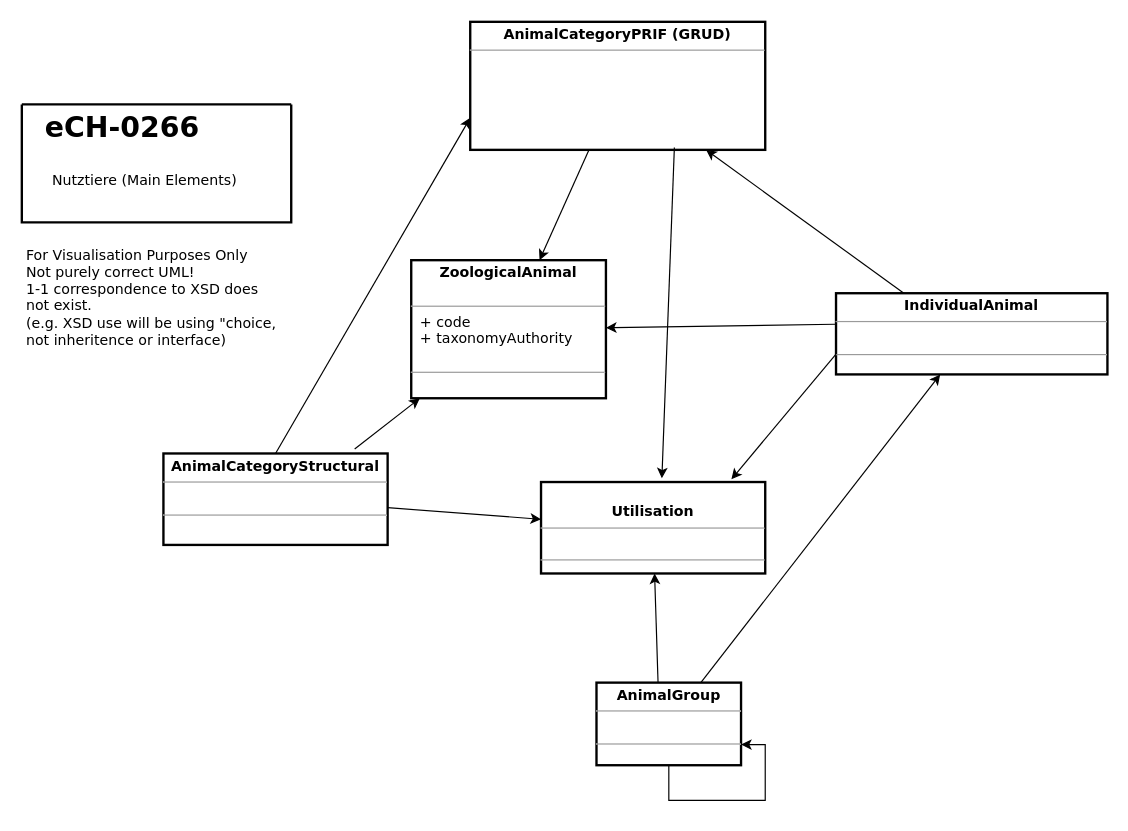
Earlier version of the draw.io diagram src/eCH_0266__1_0__Tiere.drawio (blw-ofag-ufag/eCH-0266). Source tidied: cells renumbered, new cells numbered last; positions are measured from the earlier drawing's top-left corner, leaving out a move shared by most shapes. Both pictures are drawn from the tidied source at 118%, with x=0, y=0 at pixel (21, 21).
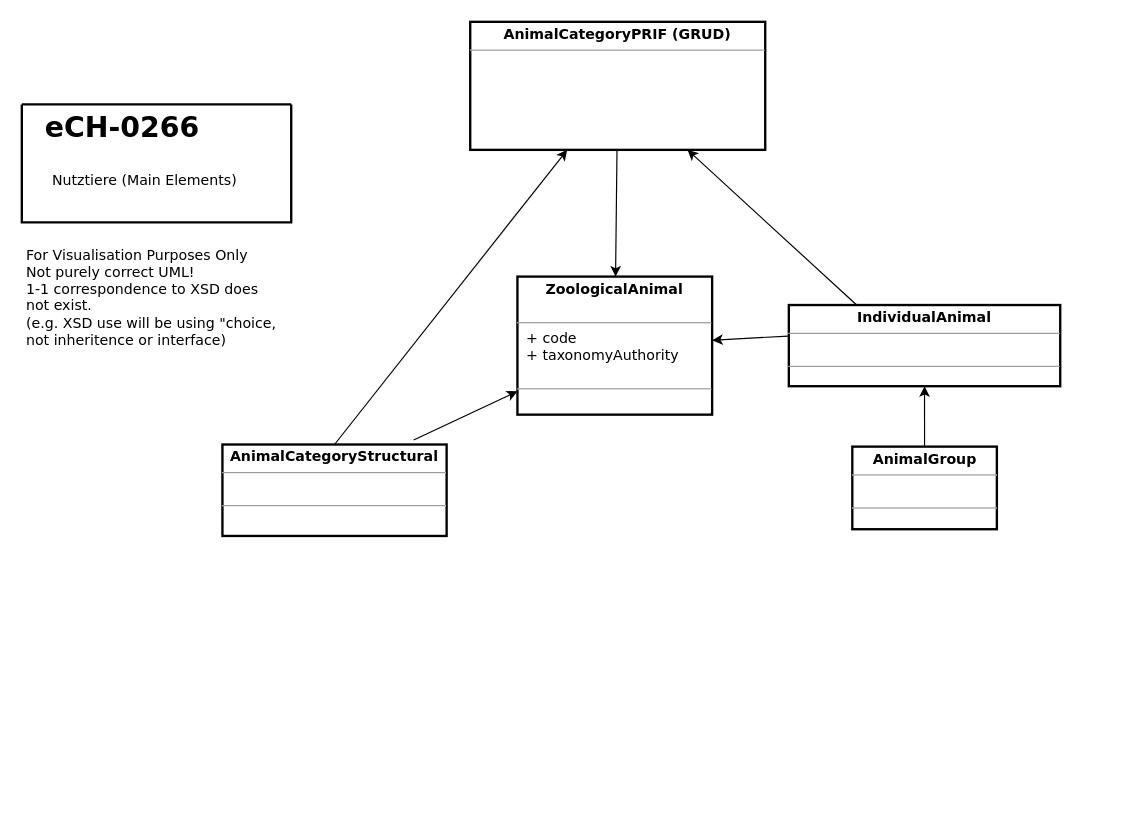
After the change.

The change refers to these unchanged cells:
```xml
<mxCell id="6" value="&lt;p style=&quot;margin:0px;margin-top:4px;text-align:center;&quot;&gt;&lt;b&gt;AnimalCategoryPRIF (GRUD)&lt;/b&gt;&lt;/p&gt;&lt;hr size=&quot;1&quot;&gt;&lt;p style=&quot;margin:0px;margin-left:4px;&quot;&gt;&amp;nbsp;&lt;/p&gt;&lt;p style=&quot;margin:0px;margin-left:4px;&quot;&gt;&lt;br&gt;&lt;/p&gt;" style="verticalAlign=top;align=left;overflow=fill;fontSize=12;fontFamily=Verdana;html=1;sketch=0;strokeWidth=2;" parent="1" vertex="1">
  <mxGeometry x="380" width="250" height="108.5" as="geometry" />
</mxCell>
```

Change to the diagram source:
```diff
@@
     <mxCell id="7" value="&lt;p style=&quot;margin:0px;margin-top:4px;text-align:center;&quot;&gt;&lt;b&gt;AnimalCategoryStructural&lt;/b&gt;&lt;/p&gt;&lt;hr size=&quot;1&quot;&gt;&lt;p style=&quot;margin:0px;margin-left:4px;&quot;&gt;&amp;nbsp;&lt;br&gt;&lt;/p&gt;&lt;hr size=&quot;1&quot;&gt;&lt;p style=&quot;margin:0px;margin-left:4px;&quot;&gt;&lt;br&gt;&lt;/p&gt;" style="verticalAlign=top;align=left;overflow=fill;fontSize=12;fontFamily=Verdana;html=1;sketch=0;strokeWidth=2;" parent="1" vertex="1">
-      <mxGeometry x="120" y="365.8" width="190" height="77.5" as="geometry" />
+      <mxGeometry x="170" y="358.2" width="190" height="77.5" as="geometry" />
     </mxCell>
-    <mxCell id="8" value="&lt;p style=&quot;margin:0px;margin-top:4px;text-align:center;&quot;&gt;&lt;br&gt;&lt;b&gt;Utilisation&lt;/b&gt;&lt;/p&gt;&lt;hr size=&quot;1&quot;&gt;&lt;p style=&quot;margin:0px;margin-left:4px;&quot;&gt;&amp;nbsp;&lt;br&gt;&lt;/p&gt;&lt;hr size=&quot;1&quot;&gt;&lt;p style=&quot;margin:0px;margin-left:4px;&quot;&gt;&lt;br&gt;&lt;/p&gt;" style="verticalAlign=top;align=left;overflow=fill;fontSize=12;fontFamily=Verdana;html=1;sketch=0;strokeWidth=2;" parent="1" vertex="1">
-      <mxGeometry x="440" y="390" width="190" height="77.5" as="geometry" />
-    </mxCell>
-    <mxCell id="9" style="endArrow=classic;html=1;sketch=0;fontFamily=Verdana;curved=1;" parent="1" edge="1" source="7" target="8">
-      <mxGeometry relative="1" as="geometry" />
-    </mxCell>
     <mxCell id="10" value="&lt;p style=&quot;margin:0px;margin-top:4px;text-align:center;&quot;&gt;&lt;b&gt;AnimalGroup&lt;/b&gt;&lt;/p&gt;&lt;hr size=&quot;1&quot;&gt;&lt;p style=&quot;margin:0px;margin-left:4px;&quot;&gt;&amp;nbsp;&amp;nbsp;&lt;br&gt;&lt;/p&gt;&lt;hr size=&quot;1&quot;&gt;&lt;p style=&quot;margin:0px;margin-left:4px;&quot;&gt;&lt;br&gt;&lt;/p&gt;" style="verticalAlign=top;align=left;overflow=fill;fontSize=12;fontFamily=Verdana;html=1;sketch=0;strokeWidth=2;" parent="1" vertex="1">
-      <mxGeometry x="487" y="560" width="122.5" height="70" as="geometry" />
+      <mxGeometry x="703.8" y="360" width="122.5" height="70" as="geometry" />
     </mxCell>
     <mxCell id="11" value="&lt;p style=&quot;margin:0px;margin-top:4px;text-align:center;&quot;&gt;&lt;span&gt;IndividualAnimal&lt;/span&gt;&lt;/p&gt;&lt;hr size=&quot;1&quot;&gt;&lt;p style=&quot;margin:0px;margin-left:4px;&quot;&gt;&amp;nbsp;&amp;nbsp;&lt;br&gt;&lt;/p&gt;&lt;hr size=&quot;1&quot;&gt;&lt;p style=&quot;margin:0px;margin-left:4px;&quot;&gt;&lt;br&gt;&lt;/p&gt;" style="verticalAlign=top;align=left;overflow=fill;fontSize=12;fontFamily=Verdana;html=1;sketch=0;strokeWidth=2;fontStyle=1;" parent="1" vertex="1">
-      <mxGeometry x="690" y="230" width="230" height="68.8" as="geometry" />
+      <mxGeometry x="650" y="240" width="230" height="68.8" as="geometry" />
     </mxCell>
-    <mxCell id="12" style="endArrow=classic;html=1;sketch=0;fontFamily=Verdana;curved=1;exitX=0.426;exitY=-0.001;exitDx=0;exitDy=0;exitPerimeter=0;" parent="1" edge="1" source="10" target="8">
-      <mxGeometry relative="1" as="geometry" />
-    </mxCell>
@@
     <mxCell id="14" value="&lt;p style=&quot;margin:0px;margin-top:4px;text-align:center;&quot;&gt;&lt;b&gt;ZoologicalAnimal&lt;/b&gt;&lt;/p&gt;&lt;br&gt;&lt;hr size=&quot;1&quot;&gt;&lt;p style=&quot;margin:0px;margin-left:4px;&quot;&gt;&amp;nbsp;+ code&lt;br&gt;&lt;/p&gt;&lt;p style=&quot;margin:0px;margin-left:4px;&quot;&gt;&amp;nbsp;+ taxonomyAuthority&lt;/p&gt;&lt;p style=&quot;margin:0px;margin-left:4px;&quot;&gt;&lt;span style=&quot;background-color: initial;&quot;&gt;&amp;nbsp;&lt;/span&gt;&lt;br&gt;&lt;/p&gt;&lt;hr size=&quot;1&quot;&gt;&lt;p style=&quot;margin:0px;margin-left:4px;&quot;&gt;&lt;br&gt;&lt;/p&gt;" style="verticalAlign=top;align=left;overflow=fill;fontSize=12;fontFamily=Verdana;html=1;sketch=0;strokeWidth=2;" parent="1" vertex="1">
-      <mxGeometry x="330" y="202" width="165" height="117" as="geometry" />
+      <mxGeometry x="420" y="215.9" width="165" height="117" as="geometry" />
     </mxCell>
@@
-    <mxCell id="18" style="endArrow=classic;html=1;sketch=0;fontFamily=Verdana;curved=1;exitX=0;exitY=0.75;exitDx=0;exitDy=0;entryX=0.849;entryY=-0.03;entryDx=0;entryDy=0;entryPerimeter=0;" parent="1" edge="1" source="11" target="8">
-      <mxGeometry relative="1" as="geometry" />
-    </mxCell>
@@
-    <mxCell id="20" style="edgeStyle=orthogonalEdgeStyle;rounded=0;orthogonalLoop=1;jettySize=auto;html=1;entryX=1;entryY=0.75;entryDx=0;entryDy=0;" parent="1" edge="1" source="10" target="10">
-      <mxGeometry relative="1" as="geometry">
-        <Array as="points">
-          <mxPoint x="548" y="659.8" />
-          <mxPoint x="630" y="659.8" />
-          <mxPoint x="630" y="612.8" />
-        </Array>
-      </mxGeometry>
-    </mxCell>
-    <mxCell id="21" style="endArrow=classic;html=1;sketch=0;fontFamily=Verdana;curved=1;exitX=0.5;exitY=0;exitDx=0;exitDy=0;entryX=0;entryY=0.75;entryDx=0;entryDy=0;" parent="1" edge="1" source="7" target="6">
+    <mxCell id="21" style="endArrow=classic;html=1;sketch=0;fontFamily=Verdana;curved=1;exitX=0.5;exitY=0;exitDx=0;exitDy=0;" parent="1" edge="1" source="7" target="6">
       <mxGeometry relative="1" as="geometry" />
     </mxCell>
-    <mxCell id="22" style="endArrow=classic;html=1;sketch=0;fontFamily=Verdana;curved=1;exitX=0.692;exitY=0.981;exitDx=0;exitDy=0;exitPerimeter=0;entryX=0.539;entryY=-0.04;entryDx=0;entryDy=0;entryPerimeter=0;" parent="1" edge="1" source="6" target="8">
-      <mxGeometry relative="1" as="geometry" />
-    </mxCell>
```
